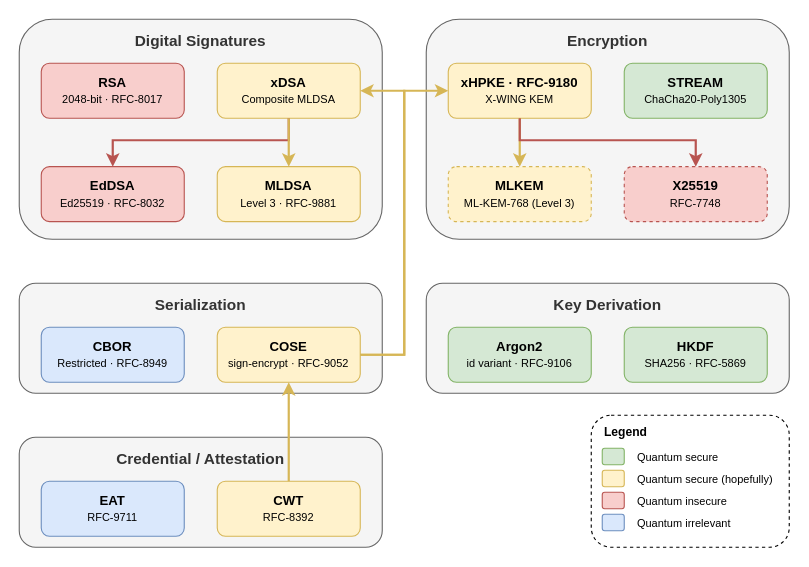
Earlier version of the draw.io diagram docs/overview.drawio (dark-bio/crypto-ts). Source tidied: cells renumbered, new cells numbered last; positions are measured from the earlier drawing's top-left corner, leaving out a move shared by most shapes. Both pictures are drawn from the tidied source at 110%, with x=0, y=0 at pixel (19, 19).
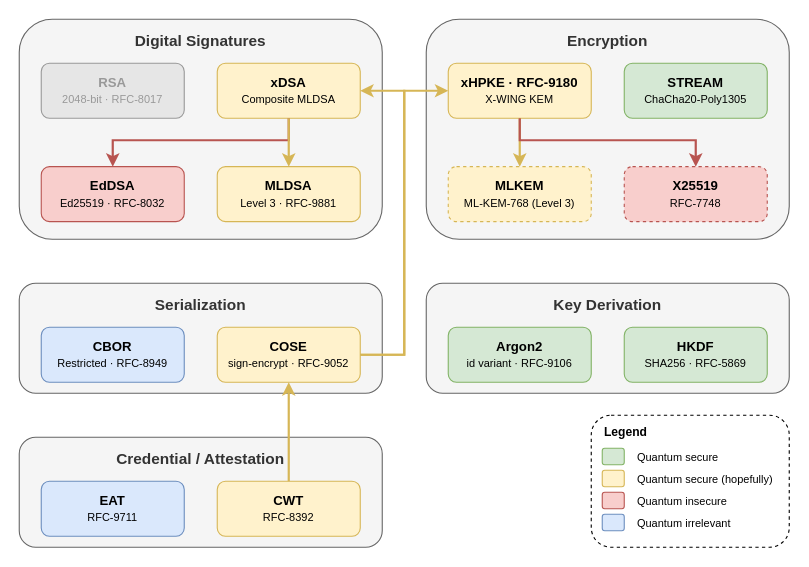
The same page after the edit.

Commit message (it also covers changes not shown here):
docs: grey out RSA in the overview, the TypeScript binding does not expose it (#6)

The edit, as a diff of the source:
```diff
@@
-    <mxCell id="6" value="&lt;b&gt;RSA&lt;/b&gt;&lt;br&gt;&lt;font style=&quot;font-size:10px&quot;&gt;2048-bit · RFC-8017&lt;/font&gt;" style="rounded=1;whiteSpace=wrap;html=1;fillColor=#f8cecc;strokeColor=#b85450;shadow=0;" parent="1" vertex="1">
+    <mxCell id="6" value="&lt;b&gt;RSA&lt;/b&gt;&lt;br&gt;&lt;font style=&quot;font-size:10px&quot;&gt;2048-bit · RFC-8017&lt;/font&gt;" style="rounded=1;whiteSpace=wrap;html=1;fillColor=#E6E6E6;strokeColor=#999999;shadow=0;fontColor=#999999;" parent="1" vertex="1">
       <mxGeometry x="20" y="40" width="130" height="50" as="geometry" />
     </mxCell>
```
